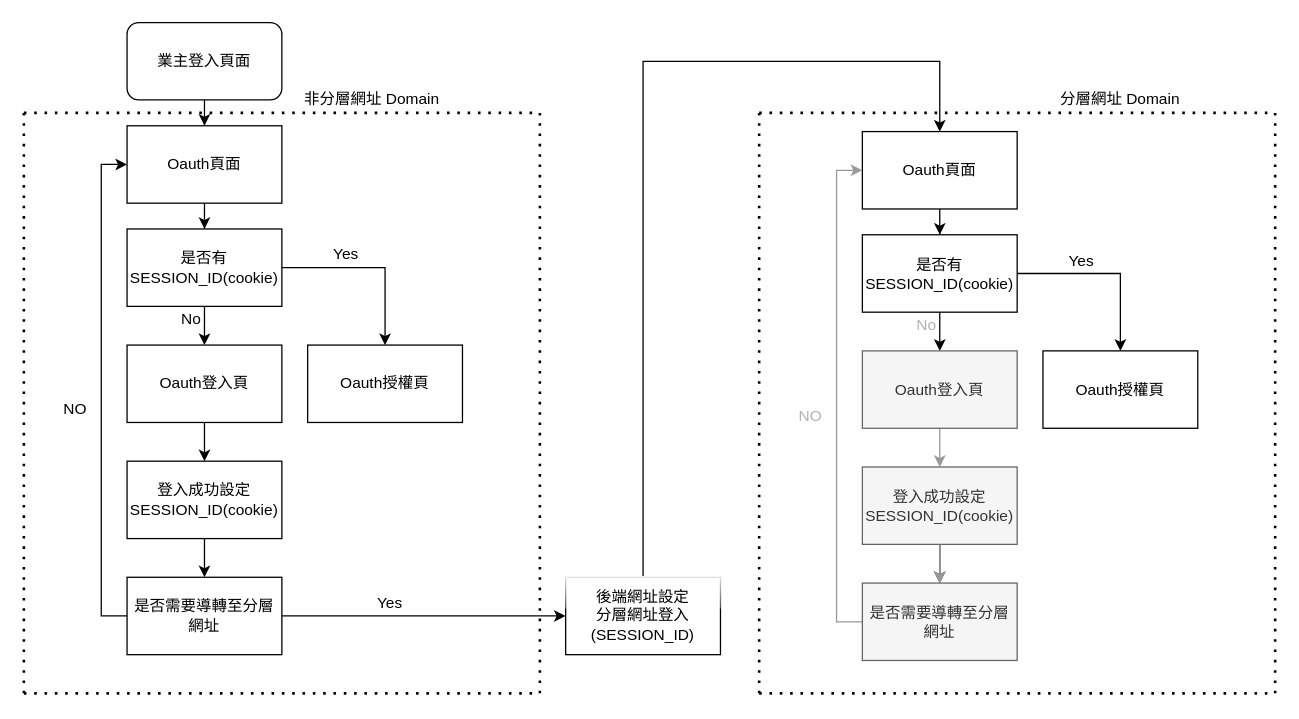
Above: home/Untitled Diagram.drawio in haixyeh/haix (draw.io), before the change. Source tidied: cells renumbered, new cells numbered last; positions are measured from the earlier drawing's top-left corner, leaving out a move shared by most shapes. Both pictures are drawn from the tidied source at 129%, with x=0, y=0 at pixel (23, 22).
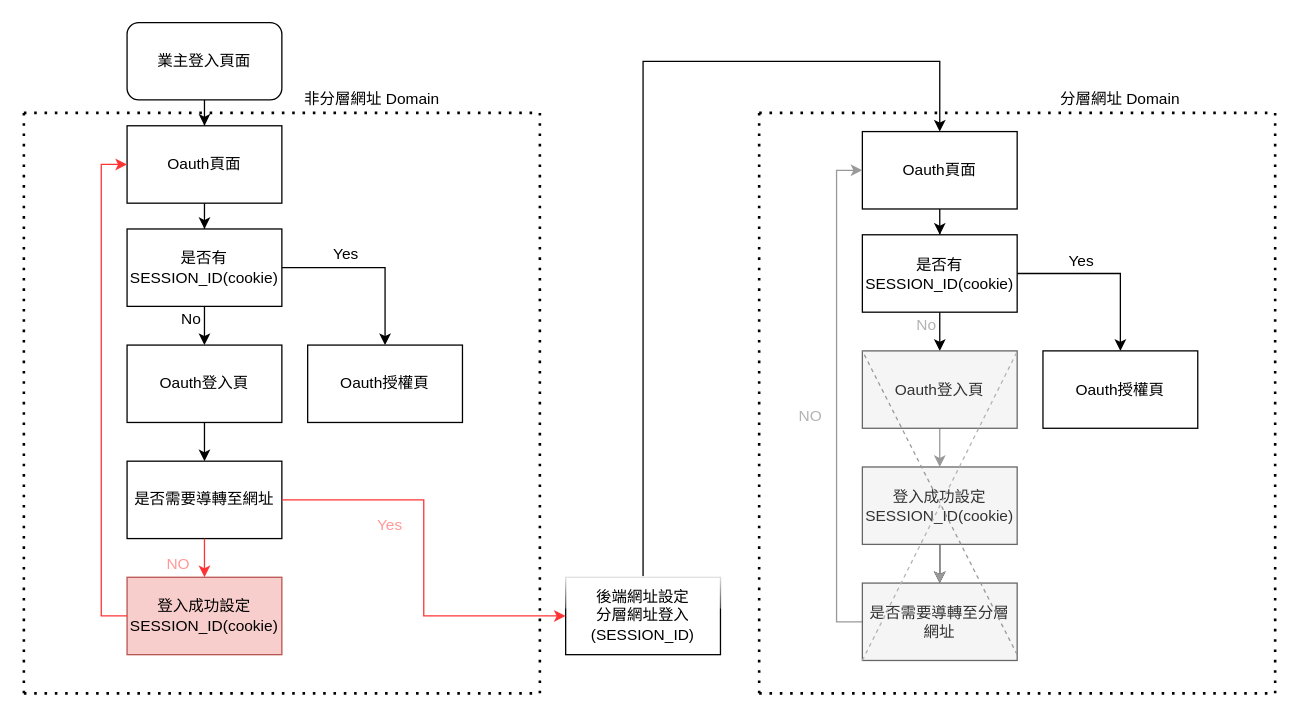
After the change.

The change refers to these unchanged cells:
```xml
<mxCell id="5" value="Oauth頁面" style="rounded=0;whiteSpace=wrap;html=1;" parent="1" vertex="1">
  <mxGeometry x="80" y="80" width="120" height="60" as="geometry" />
</mxCell>
<mxCell id="10" value="Oauth登入頁" style="rounded=0;whiteSpace=wrap;html=1;" parent="1" vertex="1">
  <mxGeometry x="80" y="250" width="120" height="60" as="geometry" />
</mxCell>
<mxCell id="32" value="Oauth登入頁" style="rounded=0;whiteSpace=wrap;html=1;fontColor=#333333;fillColor=#f5f5f5;strokeColor=#666666;" parent="1" vertex="1">
  <mxGeometry x="650" y="254.5" width="120" height="60" as="geometry" />
</mxCell>
<mxCell id="40" value="是否需要導轉至分層網址" style="rounded=0;whiteSpace=wrap;html=1;fillColor=#f5f5f5;strokeColor=#666666;fontColor=#333333;" parent="1" vertex="1">
  <mxGeometry x="650" y="434.5" width="120" height="60" as="geometry" />
</mxCell>
<mxCell id="48" value="後端網址設定&lt;br&gt;分層網址登入&lt;br&gt;(SESSION_ID)" style="rounded=0;whiteSpace=wrap;html=1;glass=1;" parent="1" vertex="1">
  <mxGeometry x="420" y="430" width="120" height="60" as="geometry" />
</mxCell>
```

The edit, as a diff of the source:
```diff
@@
-    <mxCell id="9" style="edgeStyle=orthogonalEdgeStyle;rounded=0;jettySize=auto;html=1;exitX=0.5;exitY=1;exitDx=0;exitDy=0;entryX=0.5;entryY=0;entryDx=0;entryDy=0;" parent="1" edge="1" source="10" target="15">
-      <mxGeometry relative="1" as="geometry" />
+    <mxCell id="9" style="edgeStyle=orthogonalEdgeStyle;rounded=0;jettySize=auto;html=1;exitX=0.5;exitY=1;exitDx=0;exitDy=0;entryX=0.5;entryY=0;entryDx=0;entryDy=0;" parent="1" edge="1" source="10">
+      <mxGeometry relative="1" as="geometry">
+        <mxPoint x="140" y="340" as="targetPoint" />
+      </mxGeometry>
     </mxCell>
@@
-    <mxCell id="14" style="edgeStyle=orthogonalEdgeStyle;rounded=0;jettySize=auto;html=1;entryX=0.5;entryY=0;entryDx=0;entryDy=0;" parent="1" edge="1" source="15" target="17">
-      <mxGeometry relative="1" as="geometry" />
-    </mxCell>
-    <mxCell id="15" value="&lt;span&gt;登入成功設定SESSION_ID(cookie)&lt;/span&gt;" style="rounded=0;whiteSpace=wrap;html=1;" parent="1" vertex="1">
-      <mxGeometry x="80" y="340" width="120" height="60" as="geometry" />
-    </mxCell>
-    <mxCell id="16" style="edgeStyle=orthogonalEdgeStyle;rounded=0;jettySize=auto;html=1;exitX=0;exitY=0.5;exitDx=0;exitDy=0;entryX=0;entryY=0.5;entryDx=0;entryDy=0;" parent="1" edge="1" source="17" target="5">
-      <mxGeometry relative="1" as="geometry" />
-    </mxCell>
-    <mxCell id="17" value="是否需要導轉至分層網址" style="rounded=0;whiteSpace=wrap;html=1;" parent="1" vertex="1">
-      <mxGeometry x="80" y="430" width="120" height="60" as="geometry" />
-    </mxCell>
-    <mxCell id="18" value="NO" style="text;html=1;strokeColor=none;fillColor=none;align=center;verticalAlign=middle;whiteSpace=wrap;rounded=0;" parent="1" vertex="1">
-      <mxGeometry x="20" y="290" width="40" height="20" as="geometry" />
-    </mxCell>
-    <mxCell id="19" style="group;" parent="1" vertex="1">
+    <mxCell id="19" style="group;fontColor=#FF9999;" parent="1" vertex="1">
       <mxGeometry y="70" width="400" height="450" as="geometry" />
     </mxCell>
@@
-    <mxCell id="24" value="Yes" style="text;html=1;strokeColor=none;fillColor=none;align=center;verticalAlign=middle;whiteSpace=wrap;rounded=0;glass=1;" parent="19" vertex="1">
-      <mxGeometry x="264" y="370" width="40" height="20" as="geometry" />
+    <mxCell id="24" value="Yes" style="text;html=1;align=center;verticalAlign=middle;whiteSpace=wrap;rounded=0;glass=1;fontColor=#FF9999;" parent="19" vertex="1">
+      <mxGeometry x="264" y="310" width="40" height="20" as="geometry" />
     </mxCell>
+    <mxCell id="17" value="是否需要導轉至網址" style="rounded=0;whiteSpace=wrap;html=1;" parent="19" vertex="1">
+      <mxGeometry x="80" y="270" width="120" height="60" as="geometry" />
+    </mxCell>
+    <mxCell id="15" value="&lt;span&gt;登入成功設定SESSION_ID(cookie)&lt;/span&gt;" style="rounded=0;whiteSpace=wrap;html=1;fillColor=#f8cecc;strokeColor=#b85450;" parent="19" vertex="1">
+      <mxGeometry x="80" y="360" width="120" height="60" as="geometry" />
+    </mxCell>
+    <mxCell id="18" value="NO" style="text;html=1;strokeColor=none;fillColor=none;align=center;verticalAlign=middle;whiteSpace=wrap;rounded=0;fontColor=#FF9999;" parent="19" vertex="1">
+      <mxGeometry x="100" y="340" width="40" height="20" as="geometry" />
+    </mxCell>
@@
-    <mxCell id="49" style="endArrow=classic;html=1;entryX=0;entryY=0.5;entryDx=0;entryDy=0;" parent="1" edge="1" target="48">
-      <mxGeometry relative="1" as="geometry">
-        <mxPoint x="200" y="460" as="sourcePoint" />
-      </mxGeometry>
-    </mxCell>
@@
+    <mxCell id="51" style="edgeStyle=orthogonalEdgeStyle;rounded=0;jettySize=auto;html=1;exitX=0.5;exitY=1;exitDx=0;exitDy=0;fontColor=#FF3333;strokeColor=#FF3333;" parent="1" edge="1" source="17">
+      <mxGeometry relative="1" as="geometry">
+        <mxPoint x="140" y="430" as="targetPoint" />
+      </mxGeometry>
+    </mxCell>
+    <mxCell id="52" style="edgeStyle=orthogonalEdgeStyle;rounded=0;jettySize=auto;html=1;exitX=1;exitY=0.5;exitDx=0;exitDy=0;entryX=0;entryY=0.5;entryDx=0;entryDy=0;fontColor=#FF3333;strokeColor=#FF3333;" parent="1" edge="1" source="17" target="48">
+      <mxGeometry relative="1" as="geometry" />
+    </mxCell>
+    <mxCell id="53" style="edgeStyle=orthogonalEdgeStyle;rounded=0;jettySize=auto;html=1;exitX=0;exitY=0.5;exitDx=0;exitDy=0;entryX=0;entryY=0.5;entryDx=0;entryDy=0;fontColor=#FF9999;strokeColor=#FF3333;" parent="1" edge="1" source="15" target="5">
+      <mxGeometry relative="1" as="geometry" />
+    </mxCell>
+    <mxCell id="54" style="endArrow=none;dashed=1;html=1;fontColor=#FF9999;exitX=0;exitY=1;exitDx=0;exitDy=0;strokeColor=#B3B3B3;" parent="1" edge="1" source="40">
+      <mxGeometry relative="1" as="geometry">
+        <mxPoint x="770" y="255" as="targetPoint" />
+      </mxGeometry>
+    </mxCell>
+    <mxCell id="55" style="endArrow=none;dashed=1;html=1;fontColor=#FF9999;entryX=0;entryY=0;entryDx=0;entryDy=0;strokeColor=#999999;" parent="1" edge="1" target="32">
+      <mxGeometry relative="1" as="geometry">
+        <mxPoint x="770" y="490" as="sourcePoint" />
+      </mxGeometry>
+    </mxCell>
```
